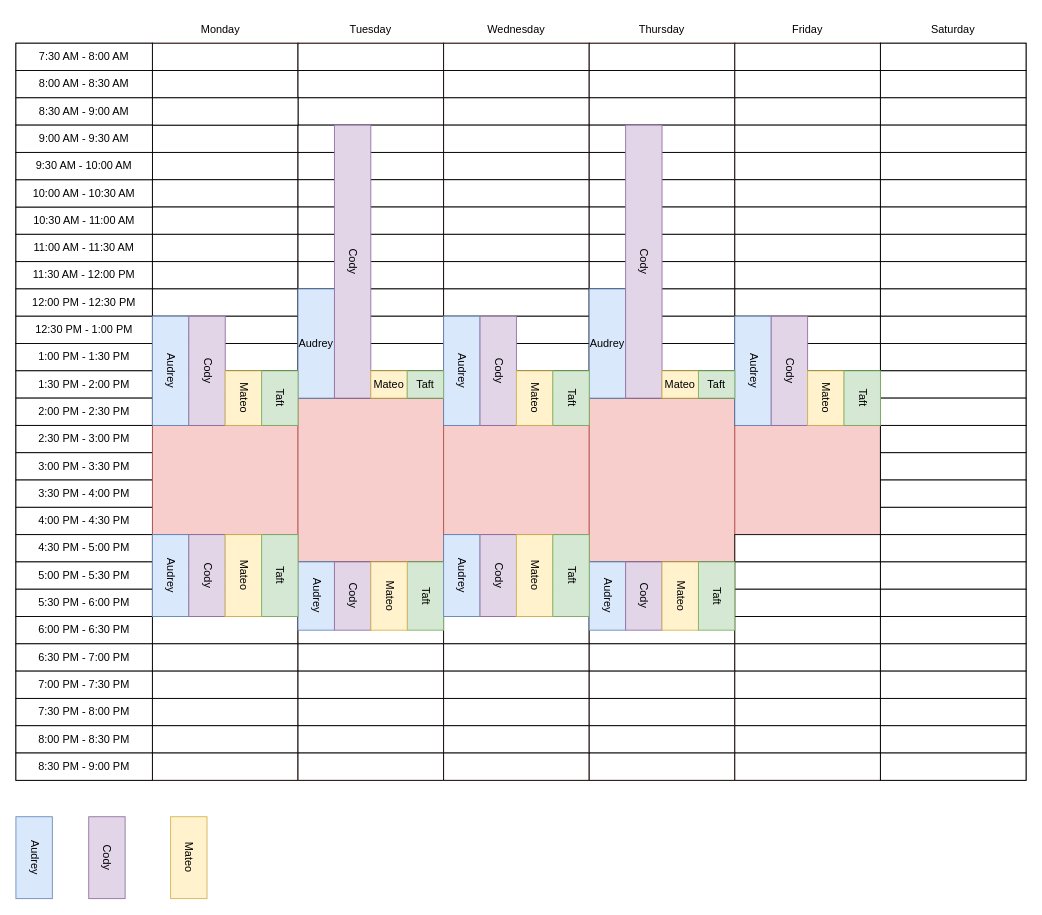
Earlier version of the draw.io diagram notion/_availability.drawio (MateoTomaszeuski/Spring2025-FinalProject). Source tidied: cells renumbered, new cells numbered last; positions are measured from the earlier drawing's top-left corner, leaving out a move shared by most shapes. Both pictures are drawn from the tidied source at 91%, with x=0, y=0 at pixel (15, 15).
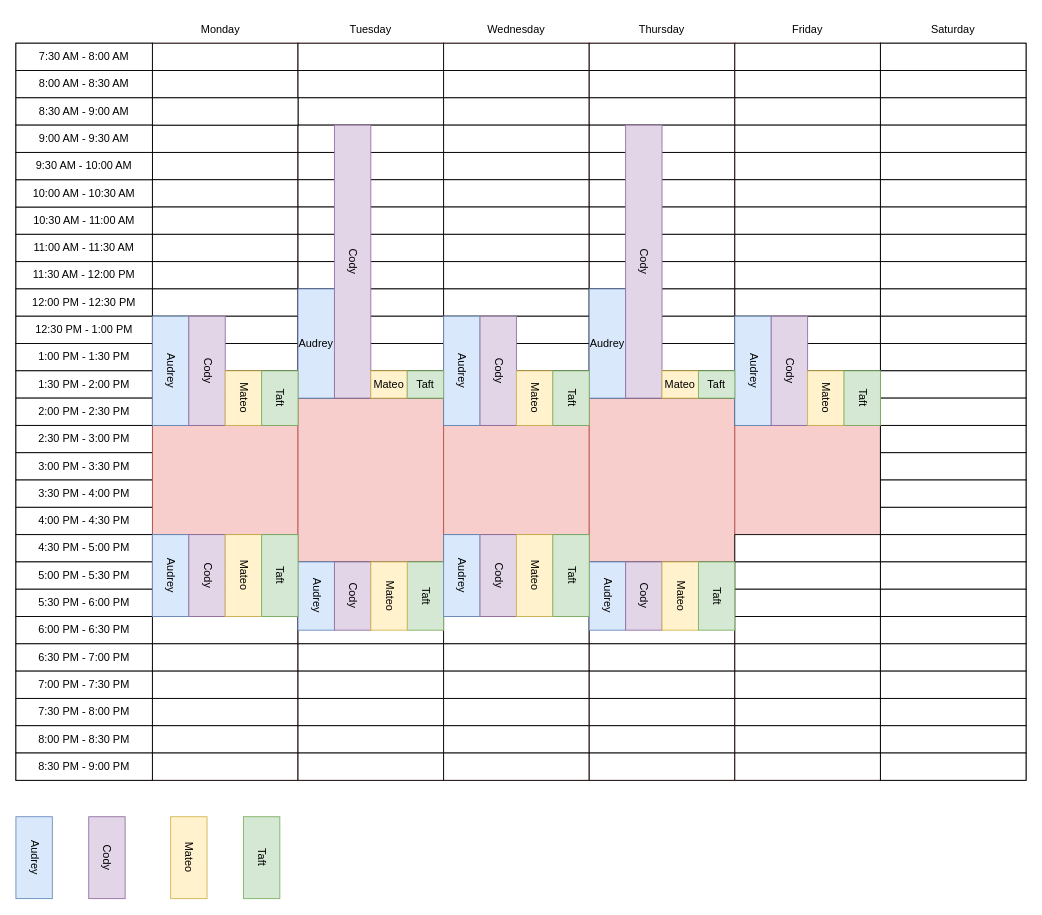
Above is the later version.

Commit message (it also covers changes not shown here):
Updated mobile diagram

What changed in the source:
```diff
@@
+    <mxCell id="219" value="Taft" style="rounded=0;whiteSpace=wrap;html=1;textDirection=vertical-lr;fillColor=#d5e8d4;strokeColor=#82b366;" parent="1" vertex="1">
+      <mxGeometry x="250" y="880" width="40" height="90" as="geometry" />
+    </mxCell>
```
